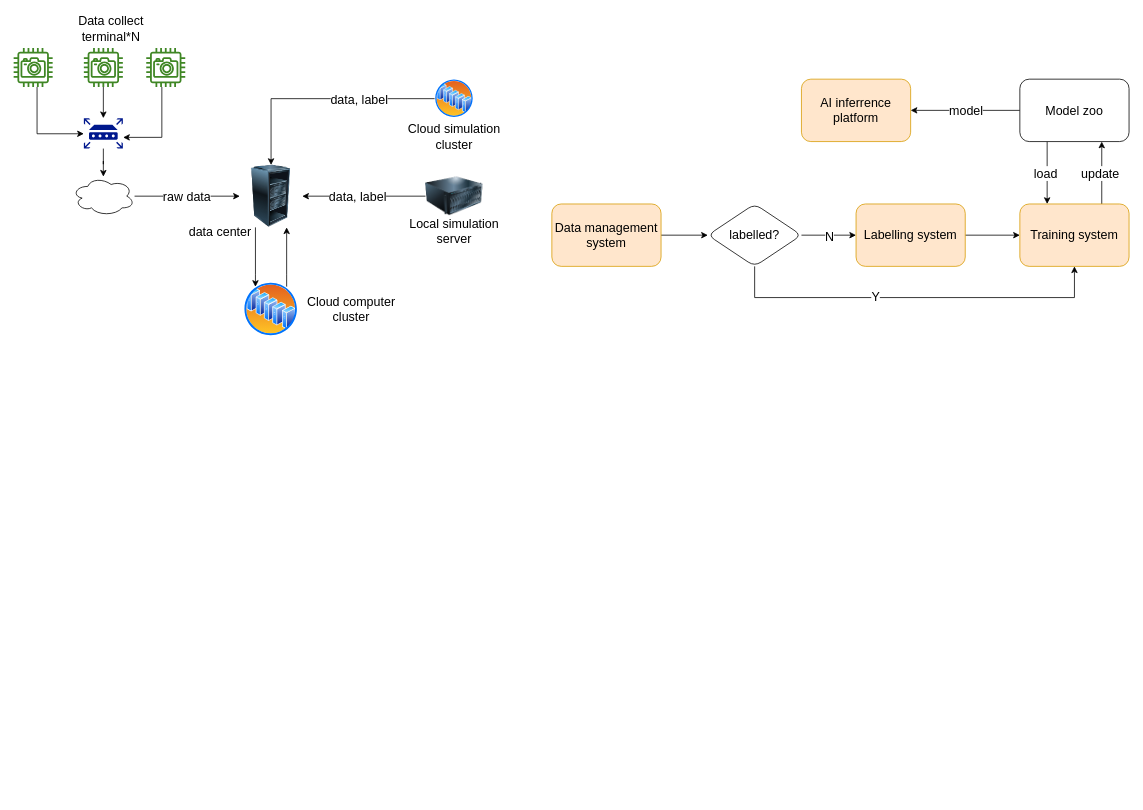
Above: ADU/perception/AI_iterated_evolution.drawio in mMikaa00/For_draw_io (draw.io), before the change. Source tidied: cells renumbered, new cells numbered last; positions are measured from the earlier drawing's top-left corner, leaving out a move shared by most shapes. Both pictures are drawn from the tidied source at 78%, with x=0, y=0 at pixel (13, 16).
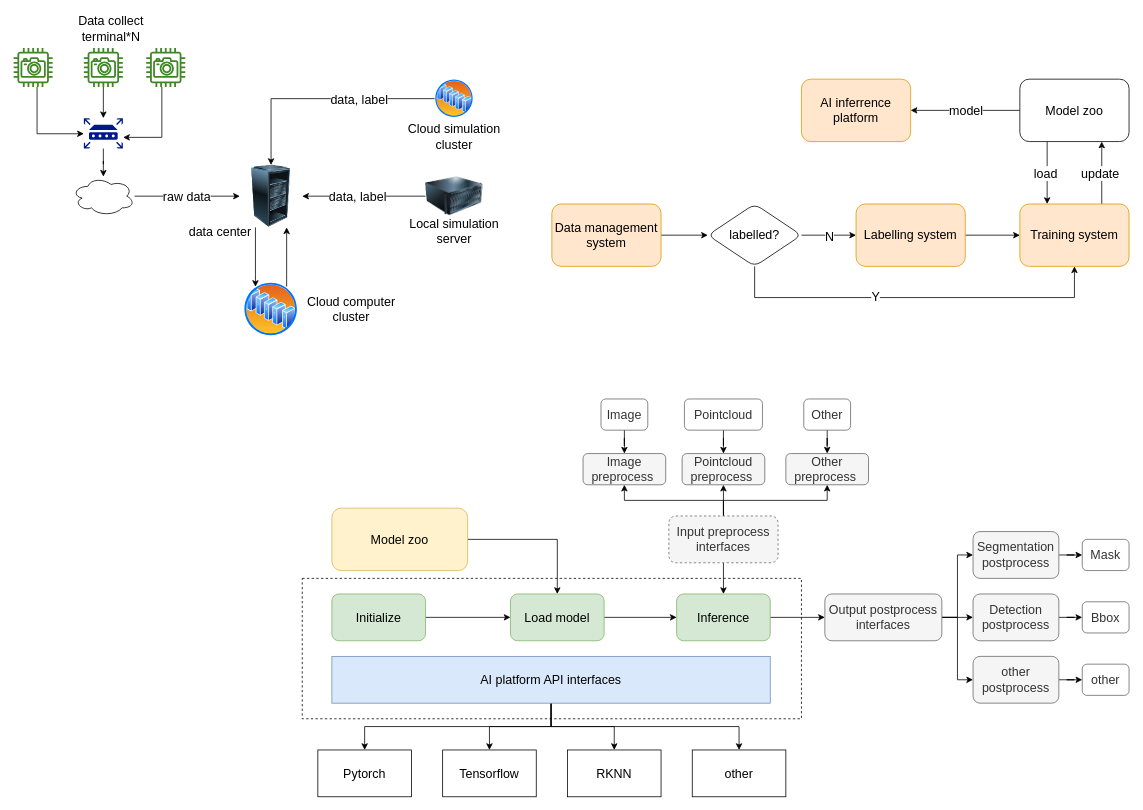
The same diagram, later.

Diff of the diagram source:
```diff
@@
+    <mxCell id="47" style="rounded=0;whiteSpace=wrap;html=1;fontSize=16;fillColor=none;dashed=1;" parent="1" vertex="1">
+      <mxGeometry x="370" y="720" width="640" height="180" as="geometry" />
+    </mxCell>
+    <mxCell id="48" style="edgeStyle=orthogonalEdgeStyle;rounded=0;jettySize=auto;html=1;fontSize=16;" parent="1" edge="1" source="52" target="61">
+      <mxGeometry relative="1" as="geometry" />
+    </mxCell>
+    <mxCell id="49" style="edgeStyle=orthogonalEdgeStyle;rounded=0;jettySize=auto;html=1;fontSize=16;" parent="1" edge="1" source="52" target="62">
+      <mxGeometry relative="1" as="geometry" />
+    </mxCell>
+    <mxCell id="50" style="edgeStyle=orthogonalEdgeStyle;rounded=0;jettySize=auto;html=1;fontSize=16;" parent="1" edge="1" source="52" target="63">
+      <mxGeometry relative="1" as="geometry" />
+    </mxCell>
+    <mxCell id="51" style="edgeStyle=orthogonalEdgeStyle;rounded=0;jettySize=auto;html=1;fontSize=16;" parent="1" edge="1" source="52" target="64">
+      <mxGeometry relative="1" as="geometry" />
+    </mxCell>
+    <mxCell id="52" value="AI platform API interfaces" style="rounded=0;whiteSpace=wrap;html=1;fontSize=16;fillColor=#dae8fc;strokeColor=#6c8ebf;" parent="1" vertex="1">
+      <mxGeometry x="408" y="820" width="562" height="60" as="geometry" />
+    </mxCell>
+    <mxCell id="53" style="edgeStyle=orthogonalEdgeStyle;rounded=0;jettySize=auto;html=1;fontSize=16;" parent="1" edge="1" source="54" target="56">
+      <mxGeometry relative="1" as="geometry" />
+    </mxCell>
+    <mxCell id="54" value="Initialize" style="rounded=1;whiteSpace=wrap;html=1;fontSize=16;fillColor=#d5e8d4;strokeColor=#82b366;" parent="1" vertex="1">
+      <mxGeometry x="408" y="740" width="120" height="60" as="geometry" />
+    </mxCell>
+    <mxCell id="55" style="edgeStyle=orthogonalEdgeStyle;rounded=0;jettySize=auto;html=1;fontSize=16;" parent="1" edge="1" source="56" target="58">
+      <mxGeometry relative="1" as="geometry" />
+    </mxCell>
+    <mxCell id="56" value="Load model" style="rounded=1;whiteSpace=wrap;html=1;fontSize=16;fillColor=#d5e8d4;strokeColor=#82b366;" parent="1" vertex="1">
+      <mxGeometry x="637" y="740" width="120" height="60" as="geometry" />
+    </mxCell>
+    <mxCell id="57" style="edgeStyle=orthogonalEdgeStyle;rounded=0;jettySize=auto;html=1;fontSize=16;" parent="1" edge="1" source="58" target="75">
+      <mxGeometry relative="1" as="geometry" />
+    </mxCell>
+    <mxCell id="58" value="Inference" style="rounded=1;whiteSpace=wrap;html=1;fontSize=16;fillColor=#d5e8d4;strokeColor=#82b366;" parent="1" vertex="1">
+      <mxGeometry x="850" y="740" width="120" height="60" as="geometry" />
+    </mxCell>
+    <mxCell id="59" style="edgeStyle=orthogonalEdgeStyle;rounded=0;jettySize=auto;html=1;fontSize=16;" parent="1" edge="1" source="60" target="56">
+      <mxGeometry relative="1" as="geometry" />
+    </mxCell>
+    <mxCell id="60" value="Model zoo" style="rounded=1;whiteSpace=wrap;html=1;fontSize=16;fillColor=#fff2cc;strokeColor=#d6b656;" parent="1" vertex="1">
+      <mxGeometry x="408" y="630" width="174" height="80" as="geometry" />
+    </mxCell>
+    <mxCell id="61" value="Pytorch" style="rounded=0;whiteSpace=wrap;html=1;fontSize=16;fillColor=none;" parent="1" vertex="1">
+      <mxGeometry x="390" y="940" width="120" height="60" as="geometry" />
+    </mxCell>
+    <mxCell id="62" value="Tensorflow" style="rounded=0;whiteSpace=wrap;html=1;fontSize=16;fillColor=none;" parent="1" vertex="1">
+      <mxGeometry x="550" y="940" width="120" height="60" as="geometry" />
+    </mxCell>
+    <mxCell id="63" value="RKNN" style="rounded=0;whiteSpace=wrap;html=1;fontSize=16;fillColor=none;" parent="1" vertex="1">
+      <mxGeometry x="710" y="940" width="120" height="60" as="geometry" />
+    </mxCell>
+    <mxCell id="64" value="other" style="rounded=0;whiteSpace=wrap;html=1;fontSize=16;fillColor=none;" parent="1" vertex="1">
+      <mxGeometry x="870" y="940" width="120" height="60" as="geometry" />
+    </mxCell>
+    <mxCell id="65" style="edgeStyle=orthogonalEdgeStyle;rounded=0;jettySize=auto;html=1;entryX=0.5;entryY=1;entryDx=0;entryDy=0;fontSize=16;" parent="1" edge="1" source="69" target="76">
+      <mxGeometry relative="1" as="geometry">
+        <Array as="points">
+          <mxPoint x="910" y="620" />
+          <mxPoint x="783" y="620" />
+        </Array>
+      </mxGeometry>
+    </mxCell>
+    <mxCell id="66" style="edgeStyle=orthogonalEdgeStyle;rounded=0;jettySize=auto;html=1;fontSize=16;" parent="1" edge="1" source="69" target="77">
+      <mxGeometry relative="1" as="geometry" />
+    </mxCell>
+    <mxCell id="67" style="edgeStyle=orthogonalEdgeStyle;rounded=0;jettySize=auto;html=1;fontSize=16;" parent="1" edge="1" source="69" target="78">
+      <mxGeometry relative="1" as="geometry">
+        <Array as="points">
+          <mxPoint x="910" y="620" />
+          <mxPoint x="1043" y="620" />
+        </Array>
+      </mxGeometry>
+    </mxCell>
+    <mxCell id="68" style="edgeStyle=orthogonalEdgeStyle;rounded=0;jettySize=auto;html=1;fontSize=16;" parent="1" edge="1" source="69" target="58">
+      <mxGeometry relative="1" as="geometry" />
+    </mxCell>
+    <mxCell id="69" value="Input preprocess interfaces" style="rounded=1;whiteSpace=wrap;html=1;fontSize=16;fillColor=#f5f5f5;fontColor=#333333;strokeColor=#666666;dashed=1;" parent="1" vertex="1">
+      <mxGeometry x="840" y="640" width="140" height="60" as="geometry" />
+    </mxCell>
+    <mxCell id="70" style="edgeStyle=orthogonalEdgeStyle;rounded=0;jettySize=auto;html=1;fontSize=16;" parent="1" edge="1" source="71" target="76">
+      <mxGeometry relative="1" as="geometry" />
+    </mxCell>
+    <mxCell id="71" value="Image" style="rounded=1;whiteSpace=wrap;html=1;fontSize=16;fillColor=none;fontColor=#333333;strokeColor=#666666;" parent="1" vertex="1">
+      <mxGeometry x="753" y="490" width="60" height="40" as="geometry" />
+    </mxCell>
+    <mxCell id="72" style="edgeStyle=orthogonalEdgeStyle;rounded=0;jettySize=auto;html=1;fontSize=16;" parent="1" edge="1" source="75" target="84">
+      <mxGeometry relative="1" as="geometry" />
+    </mxCell>
+    <mxCell id="73" style="edgeStyle=orthogonalEdgeStyle;rounded=0;jettySize=auto;html=1;entryX=0;entryY=0.5;entryDx=0;entryDy=0;fontSize=16;" parent="1" edge="1" source="75" target="88">
+      <mxGeometry relative="1" as="geometry" />
+    </mxCell>
+    <mxCell id="74" style="edgeStyle=orthogonalEdgeStyle;rounded=0;jettySize=auto;html=1;entryX=0;entryY=0.5;entryDx=0;entryDy=0;fontSize=16;" parent="1" edge="1" source="75" target="86">
+      <mxGeometry relative="1" as="geometry" />
+    </mxCell>
+    <mxCell id="75" value="Output postprocess interfaces" style="rounded=1;whiteSpace=wrap;html=1;fontSize=16;fillColor=#f5f5f5;fontColor=#333333;strokeColor=#666666;" parent="1" vertex="1">
+      <mxGeometry x="1040" y="740" width="150" height="60" as="geometry" />
+    </mxCell>
+    <mxCell id="76" value="Image preprocess&amp;nbsp;" style="rounded=1;whiteSpace=wrap;html=1;fontSize=16;fillColor=#f5f5f5;fontColor=#333333;strokeColor=#666666;" parent="1" vertex="1">
+      <mxGeometry x="730" y="560" width="106" height="40" as="geometry" />
+    </mxCell>
+    <mxCell id="77" value="Pointcloud preprocess&amp;nbsp;" style="rounded=1;whiteSpace=wrap;html=1;fontSize=16;fillColor=#f5f5f5;fontColor=#333333;strokeColor=#666666;" parent="1" vertex="1">
+      <mxGeometry x="857" y="560" width="106" height="40" as="geometry" />
+    </mxCell>
+    <mxCell id="78" value="Other preprocess&amp;nbsp;" style="rounded=1;whiteSpace=wrap;html=1;fontSize=16;fillColor=#f5f5f5;fontColor=#333333;strokeColor=#666666;" parent="1" vertex="1">
+      <mxGeometry x="990" y="560" width="106" height="40" as="geometry" />
+    </mxCell>
+    <mxCell id="79" style="edgeStyle=orthogonalEdgeStyle;rounded=0;jettySize=auto;html=1;fontSize=16;" parent="1" edge="1" source="80" target="77">
+      <mxGeometry relative="1" as="geometry" />
+    </mxCell>
+    <mxCell id="80" value="Pointcloud" style="rounded=1;whiteSpace=wrap;html=1;fontSize=16;fillColor=none;fontColor=#333333;strokeColor=#666666;" parent="1" vertex="1">
+      <mxGeometry x="860" y="490" width="100" height="40" as="geometry" />
+    </mxCell>
+    <mxCell id="81" style="edgeStyle=orthogonalEdgeStyle;rounded=0;jettySize=auto;html=1;fontSize=16;" parent="1" edge="1" source="82" target="78">
+      <mxGeometry relative="1" as="geometry" />
+    </mxCell>
+    <mxCell id="82" value="Other" style="rounded=1;whiteSpace=wrap;html=1;fontSize=16;fillColor=none;fontColor=#333333;strokeColor=#666666;" parent="1" vertex="1">
+      <mxGeometry x="1013" y="490" width="60" height="40" as="geometry" />
+    </mxCell>
+    <mxCell id="83" style="edgeStyle=orthogonalEdgeStyle;rounded=0;jettySize=auto;html=1;fontSize=16;" parent="1" edge="1" source="84" target="90">
+      <mxGeometry relative="1" as="geometry" />
+    </mxCell>
+    <mxCell id="84" value="Detection postprocess" style="rounded=1;whiteSpace=wrap;html=1;fontSize=16;fillColor=#f5f5f5;fontColor=#333333;strokeColor=#666666;" parent="1" vertex="1">
+      <mxGeometry x="1230" y="740" width="110" height="60" as="geometry" />
+    </mxCell>
+    <mxCell id="85" style="edgeStyle=orthogonalEdgeStyle;rounded=0;jettySize=auto;html=1;fontSize=16;" parent="1" edge="1" source="86" target="91">
+      <mxGeometry relative="1" as="geometry" />
+    </mxCell>
+    <mxCell id="86" value="other postprocess" style="rounded=1;whiteSpace=wrap;html=1;fontSize=16;fillColor=#f5f5f5;fontColor=#333333;strokeColor=#666666;" parent="1" vertex="1">
+      <mxGeometry x="1230" y="820" width="110" height="60" as="geometry" />
+    </mxCell>
+    <mxCell id="87" style="edgeStyle=orthogonalEdgeStyle;rounded=0;jettySize=auto;html=1;fontSize=16;" parent="1" edge="1" source="88" target="89">
+      <mxGeometry relative="1" as="geometry" />
+    </mxCell>
+    <mxCell id="88" value="Segmentation postprocess" style="rounded=1;whiteSpace=wrap;html=1;fontSize=16;fillColor=#f5f5f5;fontColor=#333333;strokeColor=#666666;" parent="1" vertex="1">
+      <mxGeometry x="1230" y="660" width="110" height="60" as="geometry" />
+    </mxCell>
+    <mxCell id="89" value="Mask" style="rounded=1;whiteSpace=wrap;html=1;fontSize=16;fillColor=none;fontColor=#333333;strokeColor=#666666;" parent="1" vertex="1">
+      <mxGeometry x="1370" y="670" width="60" height="40" as="geometry" />
+    </mxCell>
+    <mxCell id="90" value="Bbox" style="rounded=1;whiteSpace=wrap;html=1;fontSize=16;fillColor=none;fontColor=#333333;strokeColor=#666666;" parent="1" vertex="1">
+      <mxGeometry x="1370" y="750" width="60" height="40" as="geometry" />
+    </mxCell>
+    <mxCell id="91" value="other" style="rounded=1;whiteSpace=wrap;html=1;fontSize=16;fillColor=none;fontColor=#333333;strokeColor=#666666;" parent="1" vertex="1">
+      <mxGeometry x="1370" y="830" width="60" height="40" as="geometry" />
+    </mxCell>
```
